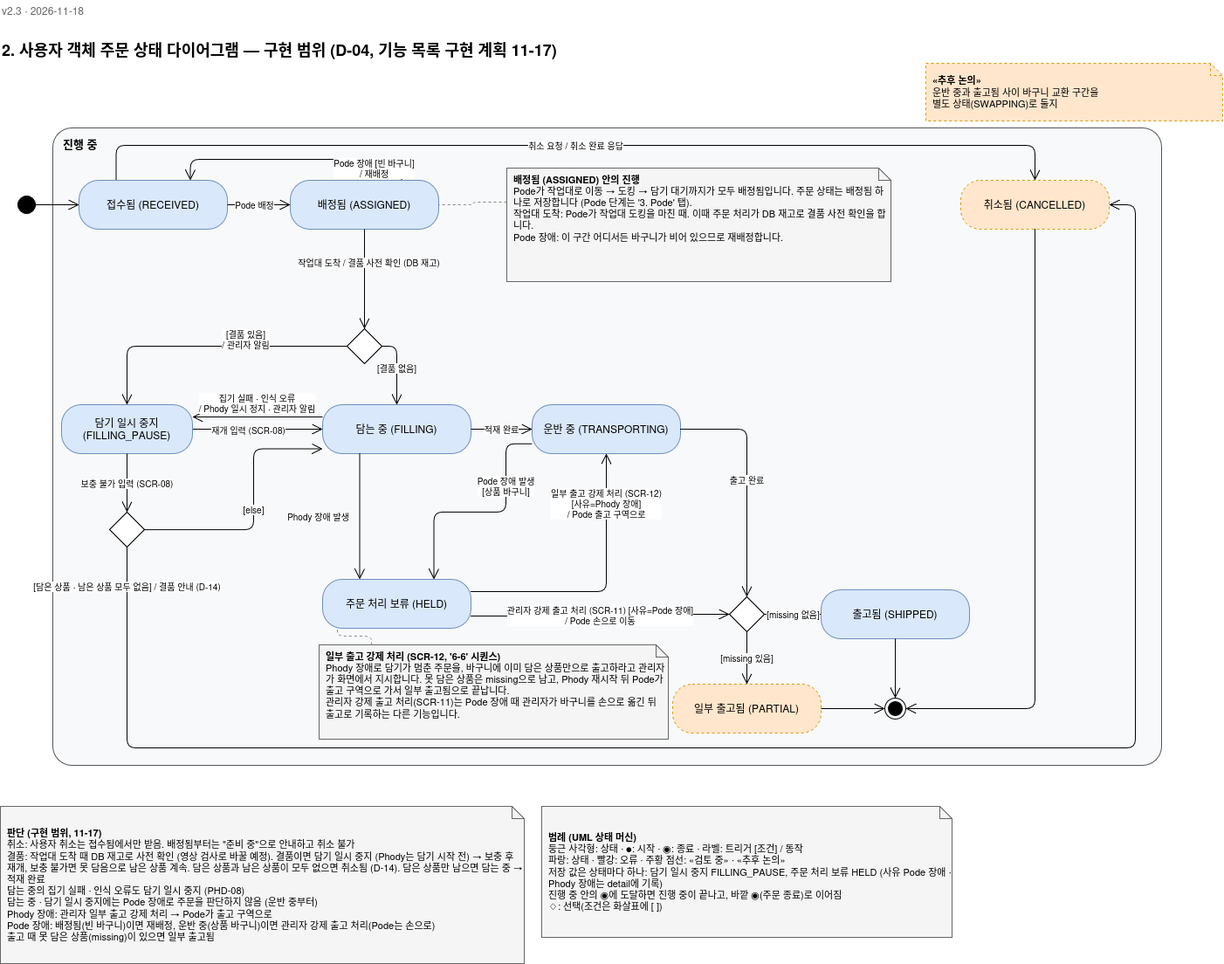
This is design/exports/Scenario_2nd/2팀_StateDiagram_01-2. 주문.png from addinedu-roscamp-16th/roscamp-repo-2, a draw.io export, as it was before one commit. Source tidied: cells renumbered, new cells last; positions are measured from the earlier drawing's top-left corner, leaving out a move shared by most shapes. Its diagram source:
```xml
<mxGraphModel>
  <root>
    <mxCell id="0" />
    <mxCell id="1" parent="0" />
    <mxCell id="2" value="2. 사용자 객체 주문 상태 다이어그램 — 구현 범위 (D-04, 기능 목록 구현 계획 11-17)" style="text;html=1;fontSize=18;fontStyle=1;align=left;verticalAlign=middle;" parent="1" vertex="1">
      <mxGeometry y="36" width="1200" height="40" as="geometry" />
    </mxCell>
    <mxCell id="3" value="진행 중" style="rounded=1;arcSize=3;whiteSpace=wrap;html=1;verticalAlign=top;align=left;spacingLeft=10;spacingTop=4;fontStyle=1;fillColor=#f8f9fa;strokeColor=#555555;fontSize=13;" parent="1" vertex="1">
      <mxGeometry x="60" y="146" width="1270" height="730" as="geometry" />
    </mxCell>
    <mxCell id="4" style="ellipse;html=1;fillColor=#000000;strokeColor=#000000;" parent="1" vertex="1">
      <mxGeometry x="20" y="224" width="20" height="20" as="geometry" />
    </mxCell>
    <mxCell id="5" value="접수됨 (RECEIVED)" style="rounded=1;arcSize=40;whiteSpace=wrap;html=1;fillColor=#dae8fc;strokeColor=#6c8ebf;fontSize=12;" parent="1" vertex="1">
      <mxGeometry x="90" y="206" width="170" height="56" as="geometry" />
    </mxCell>
    <mxCell id="6" value="배정됨 (ASSIGNED)" style="rounded=1;arcSize=40;whiteSpace=wrap;html=1;fillColor=#dae8fc;strokeColor=#6c8ebf;fontSize=12;" parent="1" vertex="1">
      <mxGeometry x="332" y="206" width="170" height="56" as="geometry" />
    </mxCell>
    <mxCell id="7" value="담는 중 (FILLING)" style="rounded=1;arcSize=40;whiteSpace=wrap;html=1;fillColor=#dae8fc;strokeColor=#6c8ebf;fontSize=12;" parent="1" vertex="1">
      <mxGeometry x="369" y="463" width="170" height="56" as="geometry" />
    </mxCell>
    <mxCell id="8" value="Pode 장애 발생&lt;br&gt;[상품 바구니]" style="edgeStyle=orthogonalEdgeStyle;rounded=1;html=1;endArrow=open;endSize=10;fontSize=10;labelBackgroundColor=#ffffff;exitX=0;exitY=0.8;exitDx=0;exitDy=0;entryX=0.75;entryY=0;entryDx=0;entryDy=0;" parent="1" edge="1" source="9" target="26">
      <mxGeometry x="-0.42" relative="1" as="geometry">
        <Array as="points">
          <mxPoint x="579" y="507.8" />
          <mxPoint x="579" y="586" />
          <mxPoint x="496.5" y="586" />
        </Array>
      </mxGeometry>
    </mxCell>
    <mxCell id="9" value="운반 중 (TRANSPORTING)" style="rounded=1;arcSize=40;whiteSpace=wrap;html=1;fillColor=#dae8fc;strokeColor=#6c8ebf;fontSize=12;" parent="1" vertex="1">
      <mxGeometry x="609" y="463" width="170" height="56" as="geometry" />
    </mxCell>
    <mxCell id="10" value="출고됨 (SHIPPED)" style="rounded=1;arcSize=40;whiteSpace=wrap;html=1;fillColor=#dae8fc;strokeColor=#6c8ebf;fontSize=12;" parent="1" vertex="1">
      <mxGeometry x="940" y="675" width="170" height="56" as="geometry" />
    </mxCell>
    <mxCell id="11" style="ellipse;shape=endState;html=1;fillColor=#000000;strokeColor=#000000;" parent="1" vertex="1">
      <mxGeometry x="1013" y="799" width="24" height="24" as="geometry" />
    </mxCell>
    <mxCell id="12" value="일부 출고됨 (PARTIAL)" style="rounded=1;arcSize=40;whiteSpace=wrap;html=1;fillColor=#ffe6cc;strokeColor=#d79b00;dashed=1;fontSize=12;" parent="1" vertex="1">
      <mxGeometry x="770" y="783" width="170" height="56" as="geometry" />
    </mxCell>
    <mxCell id="13" style="edgeStyle=orthogonalEdgeStyle;rounded=1;html=1;endArrow=open;endSize=10;fontSize=10;labelBackgroundColor=#ffffff;exitX=1;exitY=0.5;exitDx=0;exitDy=0;entryX=0;entryY=0.5;entryDx=0;entryDy=0;" parent="1" edge="1" source="4" target="5">
      <mxGeometry relative="1" as="geometry" />
    </mxCell>
    <mxCell id="14" value="Pode 배정" style="edgeStyle=orthogonalEdgeStyle;rounded=1;html=1;endArrow=open;endSize=10;fontSize=10;labelBackgroundColor=#ffffff;exitX=1;exitY=0.5;exitDx=0;exitDy=0;entryX=0;entryY=0.5;entryDx=0;entryDy=0;" parent="1" edge="1" source="5" target="6">
      <mxGeometry x="-0.15" relative="1" as="geometry" />
    </mxCell>
    <mxCell id="15" value="작업대 도착 / 결품 사전 확인 (DB 재고)" style="edgeStyle=orthogonalEdgeStyle;rounded=1;html=1;endArrow=open;endSize=10;fontSize=10;labelBackgroundColor=#ffffff;exitX=0.5;exitY=1;exitDx=0;exitDy=0;entryX=0.5;entryY=0;entryDx=0;entryDy=0;" parent="1" edge="1" source="6" target="41">
      <mxGeometry x="-0.33" y="5" relative="1" as="geometry" />
    </mxCell>
    <mxCell id="16" value="적재 완료" style="edgeStyle=orthogonalEdgeStyle;rounded=1;html=1;endArrow=open;endSize=10;fontSize=10;labelBackgroundColor=#ffffff;exitX=1;exitY=0.5;exitDx=0;exitDy=0;entryX=0;entryY=0.5;entryDx=0;entryDy=0;" parent="1" edge="1" source="7" target="9">
      <mxGeometry relative="1" as="geometry" />
    </mxCell>
    <mxCell id="17" value="Pode 장애 [빈 바구니]&lt;br&gt;/ 재배정" style="edgeStyle=orthogonalEdgeStyle;rounded=1;html=1;endArrow=open;endSize=10;fontSize=10;labelBackgroundColor=#ffffff;entryX=0.75;entryY=0;entryDx=0;entryDy=0;exitX=0.75;exitY=0;exitDx=0;exitDy=0;" parent="1" edge="1" source="6" target="5">
      <mxGeometry x="-0.61" y="10" relative="1" as="geometry">
        <Array as="points">
          <mxPoint x="459.5" y="182" />
          <mxPoint x="217.5" y="182" />
        </Array>
      </mxGeometry>
    </mxCell>
    <mxCell id="18" value="집기 실패 · 인식 오류&lt;br&gt;/ Phody 일시 정지 · 관리자 알림" style="edgeStyle=orthogonalEdgeStyle;rounded=1;html=1;endArrow=open;endSize=10;fontSize=10;labelBackgroundColor=#ffffff;exitX=0;exitY=0.25;exitDx=0;exitDy=0;entryX=1;entryY=0.25;entryDx=0;entryDy=0;" parent="1" edge="1" source="7" target="24">
      <mxGeometry relative="1" as="geometry">
        <mxPoint y="-16" as="offset" />
      </mxGeometry>
    </mxCell>
    <mxCell id="19" value="재개 입력 (SCR-08)" style="edgeStyle=orthogonalEdgeStyle;rounded=1;html=1;endArrow=open;endSize=10;fontSize=10;labelBackgroundColor=#ffffff;exitX=1;exitY=0.5;exitDx=0;exitDy=0;entryX=0;entryY=0.5;entryDx=0;entryDy=0;" parent="1" edge="1" source="24" target="7">
      <mxGeometry x="-0.14" y="-1" relative="1" as="geometry" />
    </mxCell>
    <mxCell id="20" value="Phody 장애 발생" style="edgeStyle=orthogonalEdgeStyle;rounded=1;html=1;endArrow=open;endSize=10;fontSize=10;labelBackgroundColor=#ffffff;exitX=0.25;exitY=1;exitDx=0;exitDy=0;entryX=0.25;entryY=0;entryDx=0;entryDy=0;" parent="1" edge="1" source="7" target="26">
      <mxGeometry relative="1" as="geometry">
        <mxPoint x="-48" as="offset" />
      </mxGeometry>
    </mxCell>
    <mxCell id="21" value="&lt;b&gt;«추후 논의»&lt;/b&gt;&lt;br&gt;운반 중과 출고됨 사이 바구니 교환 구간을&lt;br&gt;별도 상태(SWAPPING)로 둘지" style="shape=note;size=14;whiteSpace=wrap;html=1;dashed=1;fillColor=#ffe6cc;strokeColor=#d79b00;fontSize=11;align=left;spacingLeft=6;" parent="1" vertex="1">
      <mxGeometry x="1060" y="72" width="340" height="66" as="geometry" />
    </mxCell>
    <mxCell id="22" value="&lt;b&gt;판단 (구현 범위, 11-17)&lt;/b&gt;&lt;br&gt;취소: 사용자 취소는 접수됨에서만 받음. 배정됨부터는 &quot;준비 중&quot;으로 안내하고 취소 불가&lt;br&gt;결품: 작업대 도착 때 DB 재고로 사전 확인 (영상 검사로 바꿀 예정). 결품이면 담기 일시 중지 (Phody는 담기 시작 전) → 보충 후 재개, 보충 불가면 못 담음으로 남은 상품 계속. 담은 상품과 남은 상품이 모두 없으면 취소됨 (D-14). 담은 상품만 남으면 담는 중 → 적재 완료&lt;br&gt;담는 중의 집기 실패 · 인식 오류도 담기 일시 중지 (PHD-08)&lt;br&gt;담는 중 · 담기 일시 중지에는 Pode 장애로 주문을 판단하지 않음 (운반 중부터)&lt;br&gt;Phody 장애: 관리자 일부 출고 강제 처리 → Pode가 출고 구역으로&lt;br&gt;Pode 장애: 배정됨(빈 바구니)이면 재배정, 운반 중(상품 바구니)이면 관리자 강제 출고 처리(Pode는 손으로)&lt;br&gt;출고 때 못 담은 상품(missing)이 있으면 일부 출고됨" style="shape=note;size=14;whiteSpace=wrap;html=1;fillColor=#f5f5f5;strokeColor=#666666;fontSize=11;align=left;spacingLeft=6;" parent="1" vertex="1">
      <mxGeometry y="923" width="600" height="180" as="geometry" />
    </mxCell>
    <mxCell id="23" value="&lt;b&gt;범례 (UML 상태 머신)&lt;/b&gt;&lt;br&gt;둥근 사각형: 상태 · ●: 시작 · ◉: 종료 · 라벨: 트리거 [조건] / 동작&lt;br&gt;파랑: 상태 · 빨강: 오류 · 주황 점선: «검토 중» · «추후 논의»&lt;br&gt;저장 값은 상태마다 하나: 담기 일시 중지 FILLING_PAUSE, 주문 처리 보류 HELD (사유 Pode 장애 · Phody 장애는 detail에 기록)&lt;br&gt;진행 중 안의 ◉에 도달하면 진행 중이 끝나고, 바깥 ◉(주문 종료)로 이어짐&lt;br&gt;◇: 선택(조건은 화살표에 [ ])" style="shape=note;size=14;whiteSpace=wrap;html=1;fillColor=#f5f5f5;strokeColor=#666666;fontSize=11;align=left;spacingLeft=6;" parent="1" vertex="1">
      <mxGeometry x="620" y="923" width="470" height="150" as="geometry" />
    </mxCell>
    <mxCell id="24" value="담기 일시 중지 (FILLING_PAUSE)" style="rounded=1;arcSize=40;whiteSpace=wrap;html=1;fillColor=#dae8fc;strokeColor=#6c8ebf;fontSize=12;" parent="1" vertex="1">
      <mxGeometry x="70" y="463" width="150" height="56" as="geometry" />
    </mxCell>
    <mxCell id="25" value="취소됨 (CANCELLED)" style="rounded=1;arcSize=40;whiteSpace=wrap;html=1;fillColor=#ffe6cc;strokeColor=#d79b00;dashed=1;fontSize=12;" parent="1" vertex="1">
      <mxGeometry x="1100" y="206" width="170" height="56" as="geometry" />
    </mxCell>
    <mxCell id="26" value="주문 처리 보류 (HELD)" style="rounded=1;arcSize=40;whiteSpace=wrap;html=1;fillColor=#dae8fc;strokeColor=#6c8ebf;fontSize=12;" parent="1" vertex="1">
      <mxGeometry x="369" y="663" width="170" height="56" as="geometry" />
    </mxCell>
    <mxCell id="27" value="v2.3 · 2026-11-18" style="text;html=1;fontSize=12;fontColor=#666666;align=left;verticalAlign=middle;" parent="1" vertex="1">
      <mxGeometry width="200" height="24" as="geometry" />
    </mxCell>
    <mxCell id="28" style="rhombus;html=1;fillColor=#ffffff;strokeColor=#000000;" parent="1" vertex="1">
      <mxGeometry x="835" y="683" width="40" height="40" as="geometry" />
    </mxCell>
    <mxCell id="29" value="취소 요청 / 취소 완료 응답" style="edgeStyle=orthogonalEdgeStyle;rounded=1;html=1;endArrow=open;endSize=10;fontSize=10;labelBackgroundColor=#ffffff;exitX=0.25;exitY=0;exitDx=0;exitDy=0;entryX=0.5;entryY=0;entryDx=0;entryDy=0;" parent="1" edge="1" source="5" target="25">
      <mxGeometry relative="1" as="geometry">
        <Array as="points">
          <mxPoint x="132.5" y="166" />
          <mxPoint x="1185" y="166" />
        </Array>
      </mxGeometry>
    </mxCell>
    <mxCell id="30" value="출고 완료" style="edgeStyle=orthogonalEdgeStyle;rounded=1;html=1;endArrow=open;endSize=10;fontSize=10;labelBackgroundColor=#ffffff;exitX=1;exitY=0.5;exitDx=0;exitDy=0;entryX=0.5;entryY=0;entryDx=0;entryDy=0;" parent="1" edge="1" source="9" target="28">
      <mxGeometry relative="1" as="geometry">
        <Array as="points">
          <mxPoint x="855" y="491" />
        </Array>
      </mxGeometry>
    </mxCell>
    <mxCell id="31" value="관리자 강제 출고 처리 (SCR-11) [사유=Pode 장애]&lt;br&gt;/ Pode 손으로 이동" style="edgeStyle=orthogonalEdgeStyle;rounded=1;html=1;endArrow=open;endSize=10;fontSize=10;labelBackgroundColor=#ffffff;exitX=1;exitY=0.75;exitDx=0;exitDy=0;entryX=0;entryY=0.5;entryDx=0;entryDy=0;" parent="1" edge="1" source="26" target="28">
      <mxGeometry relative="1" as="geometry" />
    </mxCell>
    <mxCell id="32" value="일부 출고 강제 처리 (SCR-12)&lt;br&gt;[사유=Phody 장애]&lt;br&gt;/ Pode 출고 구역으로" style="edgeStyle=orthogonalEdgeStyle;rounded=1;html=1;endArrow=open;endSize=10;fontSize=10;labelBackgroundColor=#ffffff;exitX=1;exitY=0.25;exitDx=0;exitDy=0;entryX=0.5;entryY=1;entryDx=0;entryDy=0;" parent="1" edge="1" source="26" target="9">
      <mxGeometry x="0.64" relative="1" as="geometry">
        <Array as="points">
          <mxPoint x="694" y="677" />
        </Array>
      </mxGeometry>
    </mxCell>
    <mxCell id="33" value="[missing 없음]" style="edgeStyle=orthogonalEdgeStyle;rounded=1;html=1;endArrow=open;endSize=10;fontSize=10;labelBackgroundColor=#ffffff;exitX=1;exitY=0.5;exitDx=0;exitDy=0;entryX=0;entryY=0.5;entryDx=0;entryDy=0;" parent="1" edge="1" source="28" target="10">
      <mxGeometry relative="1" as="geometry" />
    </mxCell>
    <mxCell id="34" value="[missing 있음]" style="edgeStyle=orthogonalEdgeStyle;rounded=1;html=1;endArrow=open;endSize=10;fontSize=10;labelBackgroundColor=#ffffff;exitX=0.5;exitY=1;exitDx=0;exitDy=0;entryX=0.5;entryY=0;entryDx=0;entryDy=0;" parent="1" edge="1" source="28" target="12">
      <mxGeometry relative="1" as="geometry" />
    </mxCell>
    <mxCell id="35" style="edgeStyle=orthogonalEdgeStyle;rounded=1;html=1;endArrow=open;endSize=10;fontSize=10;labelBackgroundColor=#ffffff;exitX=0.5;exitY=1;exitDx=0;exitDy=0;entryX=0.5;entryY=0;entryDx=0;entryDy=0;" parent="1" edge="1" source="10" target="11">
      <mxGeometry relative="1" as="geometry" />
    </mxCell>
    <mxCell id="36" style="edgeStyle=orthogonalEdgeStyle;rounded=1;html=1;endArrow=open;endSize=10;fontSize=10;labelBackgroundColor=#ffffff;exitX=1;exitY=0.5;exitDx=0;exitDy=0;entryX=0;entryY=0.5;entryDx=0;entryDy=0;" parent="1" edge="1" source="12" target="11">
      <mxGeometry relative="1" as="geometry" />
    </mxCell>
    <mxCell id="37" style="edgeStyle=orthogonalEdgeStyle;rounded=1;html=1;endArrow=open;endSize=10;fontSize=10;labelBackgroundColor=#ffffff;exitX=0.5;exitY=1;exitDx=0;exitDy=0;entryX=1;entryY=0.5;entryDx=0;entryDy=0;" parent="1" edge="1" source="25" target="11">
      <mxGeometry relative="1" as="geometry" />
    </mxCell>
    <mxCell id="38" value="[결품 있음]&lt;br&gt;/ 관리자 알림" style="edgeStyle=orthogonalEdgeStyle;rounded=1;html=1;endArrow=open;endSize=10;fontSize=10;labelBackgroundColor=#ffffff;exitX=0;exitY=0.5;exitDx=0;exitDy=0;" parent="1" edge="1" source="41" target="24">
      <mxGeometry x="-0.27" y="-8" relative="1" as="geometry" />
    </mxCell>
    <mxCell id="39" value="[결품 없음]" style="edgeStyle=orthogonalEdgeStyle;rounded=1;html=1;endArrow=open;endSize=10;fontSize=10;labelBackgroundColor=#ffffff;entryX=0.5;entryY=0;entryDx=0;entryDy=0;exitX=1;exitY=0.5;exitDx=0;exitDy=0;" parent="1" edge="1" source="41" target="7">
      <mxGeometry relative="1" as="geometry" />
    </mxCell>
    <mxCell id="40" value="[담은 상품 · 남은 상품 모두 없음] / 결품 안내 (D-14)" style="edgeStyle=orthogonalEdgeStyle;rounded=1;html=1;endArrow=open;endSize=10;fontSize=10;labelBackgroundColor=#ffffff;entryX=1;entryY=0.5;entryDx=0;entryDy=0;exitX=0.5;exitY=1;exitDx=0;exitDy=0;" parent="1" edge="1" source="42" target="25">
      <mxGeometry x="-0.96" relative="1" as="geometry">
        <Array as="points">
          <mxPoint x="145" y="856" />
          <mxPoint x="1300" y="856" />
          <mxPoint x="1300" y="234" />
        </Array>
      </mxGeometry>
    </mxCell>
    <mxCell id="41" style="rhombus;html=1;fillColor=#ffffff;strokeColor=#000000;" parent="1" vertex="1">
      <mxGeometry x="397" y="376" width="40" height="40" as="geometry" />
    </mxCell>
    <mxCell id="42" style="rhombus;html=1;fillColor=#ffffff;strokeColor=#000000;" parent="1" vertex="1">
      <mxGeometry x="125" y="586" width="40" height="40" as="geometry" />
    </mxCell>
    <mxCell id="43" value="보충 불가 입력 (SCR-08)" style="edgeStyle=orthogonalEdgeStyle;rounded=1;html=1;endArrow=open;endSize=10;fontSize=10;labelBackgroundColor=#ffffff;exitX=0.5;exitY=1;exitDx=0;exitDy=0;entryX=0.5;entryY=0;entryDx=0;entryDy=0;" parent="1" edge="1" source="24" target="42">
      <mxGeometry relative="1" as="geometry" />
    </mxCell>
    <mxCell id="44" value="[else]" style="edgeStyle=orthogonalEdgeStyle;rounded=1;html=1;endArrow=open;endSize=10;fontSize=10;labelBackgroundColor=#ffffff;exitX=1;exitY=0.5;exitDx=0;exitDy=0;entryX=0;entryY=0.9;entryDx=0;entryDy=0;" parent="1" edge="1" source="42" target="7">
      <mxGeometry relative="1" as="geometry">
        <Array as="points">
          <mxPoint x="290" y="606" />
          <mxPoint x="290" y="513.4" />
        </Array>
      </mxGeometry>
    </mxCell>
    <mxCell id="45" value="&lt;b&gt;배정됨 (ASSIGNED) 안의 진행&lt;/b&gt;&lt;br&gt;Pode가 작업대로 이동 → 도킹 → 담기 대기까지가 모두 배정됨입니다. 주문 상태는 배정됨 하나로 저장합니다 (Pode 단계는 '3. Pode' 탭).&lt;br&gt;작업대 도착: Pode가 작업대 도킹을 마친 때. 이때 주문 처리가 DB 재고로 결품 사전 확인을 합니다.&lt;br&gt;Pode 장애: 이 구간 어디서든 바구니가 비어 있으므로 재배정합니다." style="shape=note;size=14;whiteSpace=wrap;html=1;fillColor=#f5f5f5;strokeColor=#666666;fontSize=11;align=left;spacingLeft=6;verticalAlign=top;" parent="1" vertex="1">
      <mxGeometry x="580" y="192" width="440" height="130" as="geometry" />
    </mxCell>
    <mxCell id="46" style="edgeStyle=orthogonalEdgeStyle;rounded=1;html=1;endArrow=open;endSize=10;fontSize=10;labelBackgroundColor=#ffffff;endArrow=none;dashed=1;html=1;strokeColor=#888888;exitX=0;exitY=0.3;exitDx=0;exitDy=0;entryX=1;entryY=0.5;entryDx=0;entryDy=0;" parent="1" edge="1" source="45" target="6">
      <mxGeometry relative="1" as="geometry" />
    </mxCell>
    <mxCell id="47" value="&lt;b&gt;일부 출고 강제 처리 (SCR-12, '6-6' 시퀀스)&lt;/b&gt;&lt;br&gt;Phody 장애로 담기가 멈춘 주문을, 바구니에 이미 담은 상품만으로 출고하라고 관리자가 화면에서 지시합니다. 못 담은 상품은 missing으로 남고, Phody 재시작 뒤 Pode가 출고 구역으로 가서 일부 출고됨으로 끝납니다.&lt;br&gt;관리자 강제 출고 처리(SCR-11)는 Pode 장애 때 관리자가 바구니를 손으로 옮긴 뒤 출고로 기록하는 다른 기능입니다." style="shape=note;size=14;whiteSpace=wrap;html=1;fillColor=#f5f5f5;strokeColor=#666666;fontSize=11;align=left;spacingLeft=6;verticalAlign=top;" parent="1" vertex="1">
      <mxGeometry x="365" y="738" width="400" height="108" as="geometry" />
    </mxCell>
    <mxCell id="48" style="edgeStyle=orthogonalEdgeStyle;rounded=1;html=1;endArrow=open;endSize=10;fontSize=10;labelBackgroundColor=#ffffff;endArrow=none;dashed=1;html=1;strokeColor=#888888;exitX=0.15;exitY=0;exitDx=0;exitDy=0;entryX=0.1;entryY=1;entryDx=0;entryDy=0;" parent="1" edge="1" source="47" target="26">
      <mxGeometry relative="1" as="geometry" />
    </mxCell>
  </root>
</mxGraphModel>
```
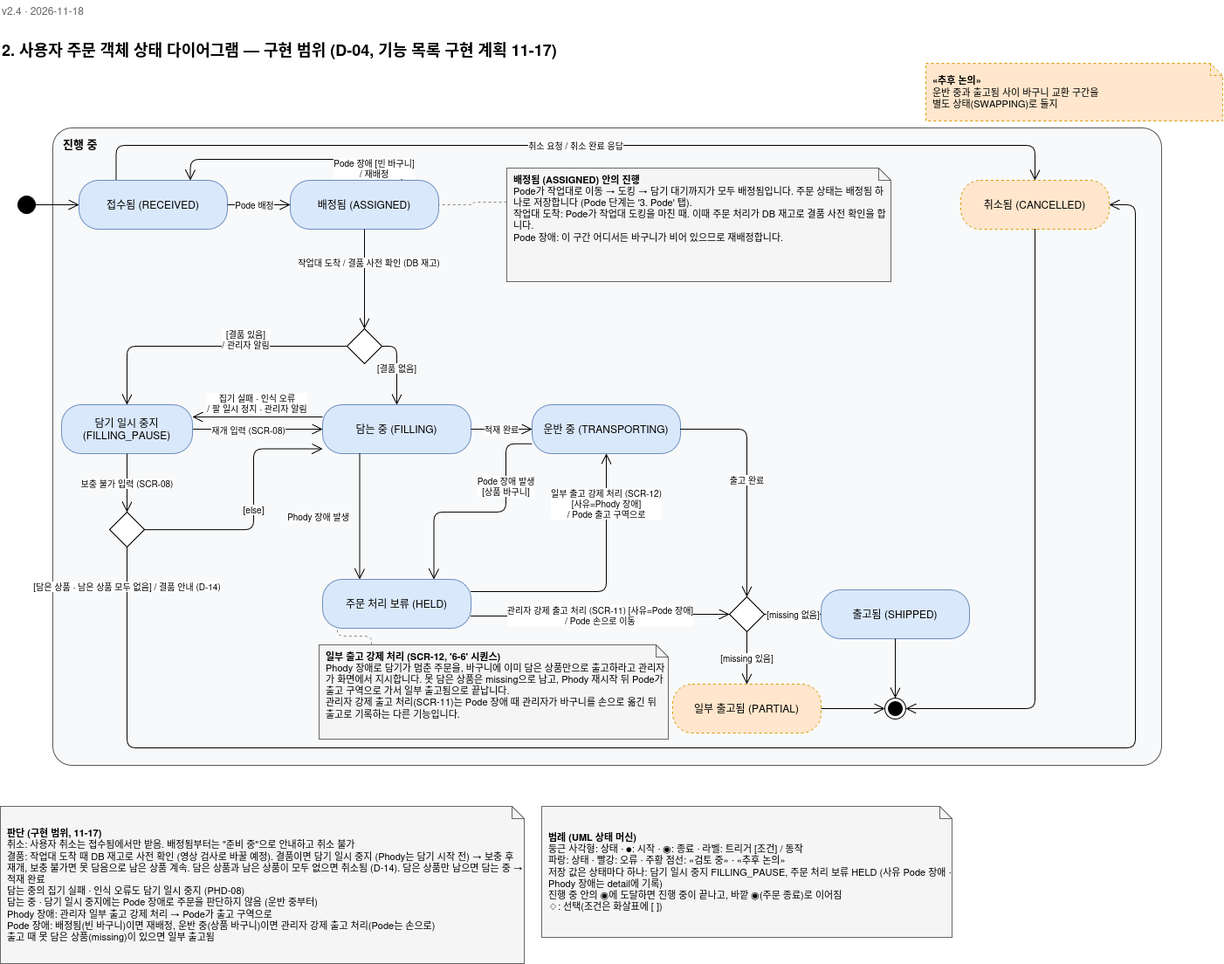
After the change.

Change to the diagram source:
```diff
@@ -2,7 +2,7 @@
   <root>
     <mxCell id="0" />
     <mxCell id="1" parent="0" />
-    <mxCell id="2" value="2. 사용자 객체 주문 상태 다이어그램 — 구현 범위 (D-04, 기능 목록 구현 계획 11-17)" style="text;html=1;fontSize=18;fontStyle=1;align=left;verticalAlign=middle;" parent="1" vertex="1">
+    <mxCell id="2" value="2. 사용자 주문 객체 상태 다이어그램 — 구현 범위 (D-04, 기능 목록 구현 계획 11-17)" style="text;html=1;fontSize=18;fontStyle=1;align=left;verticalAlign=middle;" parent="1" vertex="1">
       <mxGeometry y="36" width="1200" height="40" as="geometry" />
     </mxCell>
     <mxCell id="3" value="진행 중" style="rounded=1;arcSize=3;whiteSpace=wrap;html=1;verticalAlign=top;align=left;spacingLeft=10;spacingTop=4;fontStyle=1;fillColor=#f8f9fa;strokeColor=#555555;fontSize=13;" parent="1" vertex="1">
@@ -61,7 +61,7 @@
         </Array>
       </mxGeometry>
     </mxCell>
-    <mxCell id="18" value="집기 실패 · 인식 오류&lt;br&gt;/ Phody 일시 정지 · 관리자 알림" style="edgeStyle=orthogonalEdgeStyle;rounded=1;html=1;endArrow=open;endSize=10;fontSize=10;labelBackgroundColor=#ffffff;exitX=0;exitY=0.25;exitDx=0;exitDy=0;entryX=1;entryY=0.25;entryDx=0;entryDy=0;" parent="1" edge="1" source="7" target="24">
+    <mxCell id="18" value="집기 실패 · 인식 오류&lt;br&gt;/ 팔 일시 정지 · 관리자 알림" style="edgeStyle=orthogonalEdgeStyle;rounded=1;html=1;endArrow=open;endSize=10;fontSize=10;labelBackgroundColor=#ffffff;exitX=0;exitY=0.25;exitDx=0;exitDy=0;entryX=1;entryY=0.25;entryDx=0;entryDy=0;" parent="1" edge="1" source="7" target="24">
       <mxGeometry relative="1" as="geometry">
         <mxPoint y="-16" as="offset" />
       </mxGeometry>
@@ -92,7 +92,7 @@
     <mxCell id="26" value="주문 처리 보류 (HELD)" style="rounded=1;arcSize=40;whiteSpace=wrap;html=1;fillColor=#dae8fc;strokeColor=#6c8ebf;fontSize=12;" parent="1" vertex="1">
       <mxGeometry x="369" y="663" width="170" height="56" as="geometry" />
     </mxCell>
-    <mxCell id="27" value="v2.3 · 2026-11-18" style="text;html=1;fontSize=12;fontColor=#666666;align=left;verticalAlign=middle;" parent="1" vertex="1">
+    <mxCell id="27" value="v2.4 · 2026-11-18" style="text;html=1;fontSize=12;fontColor=#666666;align=left;verticalAlign=middle;" parent="1" vertex="1">
       <mxGeometry width="200" height="24" as="geometry" />
     </mxCell>
     <mxCell id="28" style="rhombus;html=1;fillColor=#ffffff;strokeColor=#000000;" parent="1" vertex="1">
```
